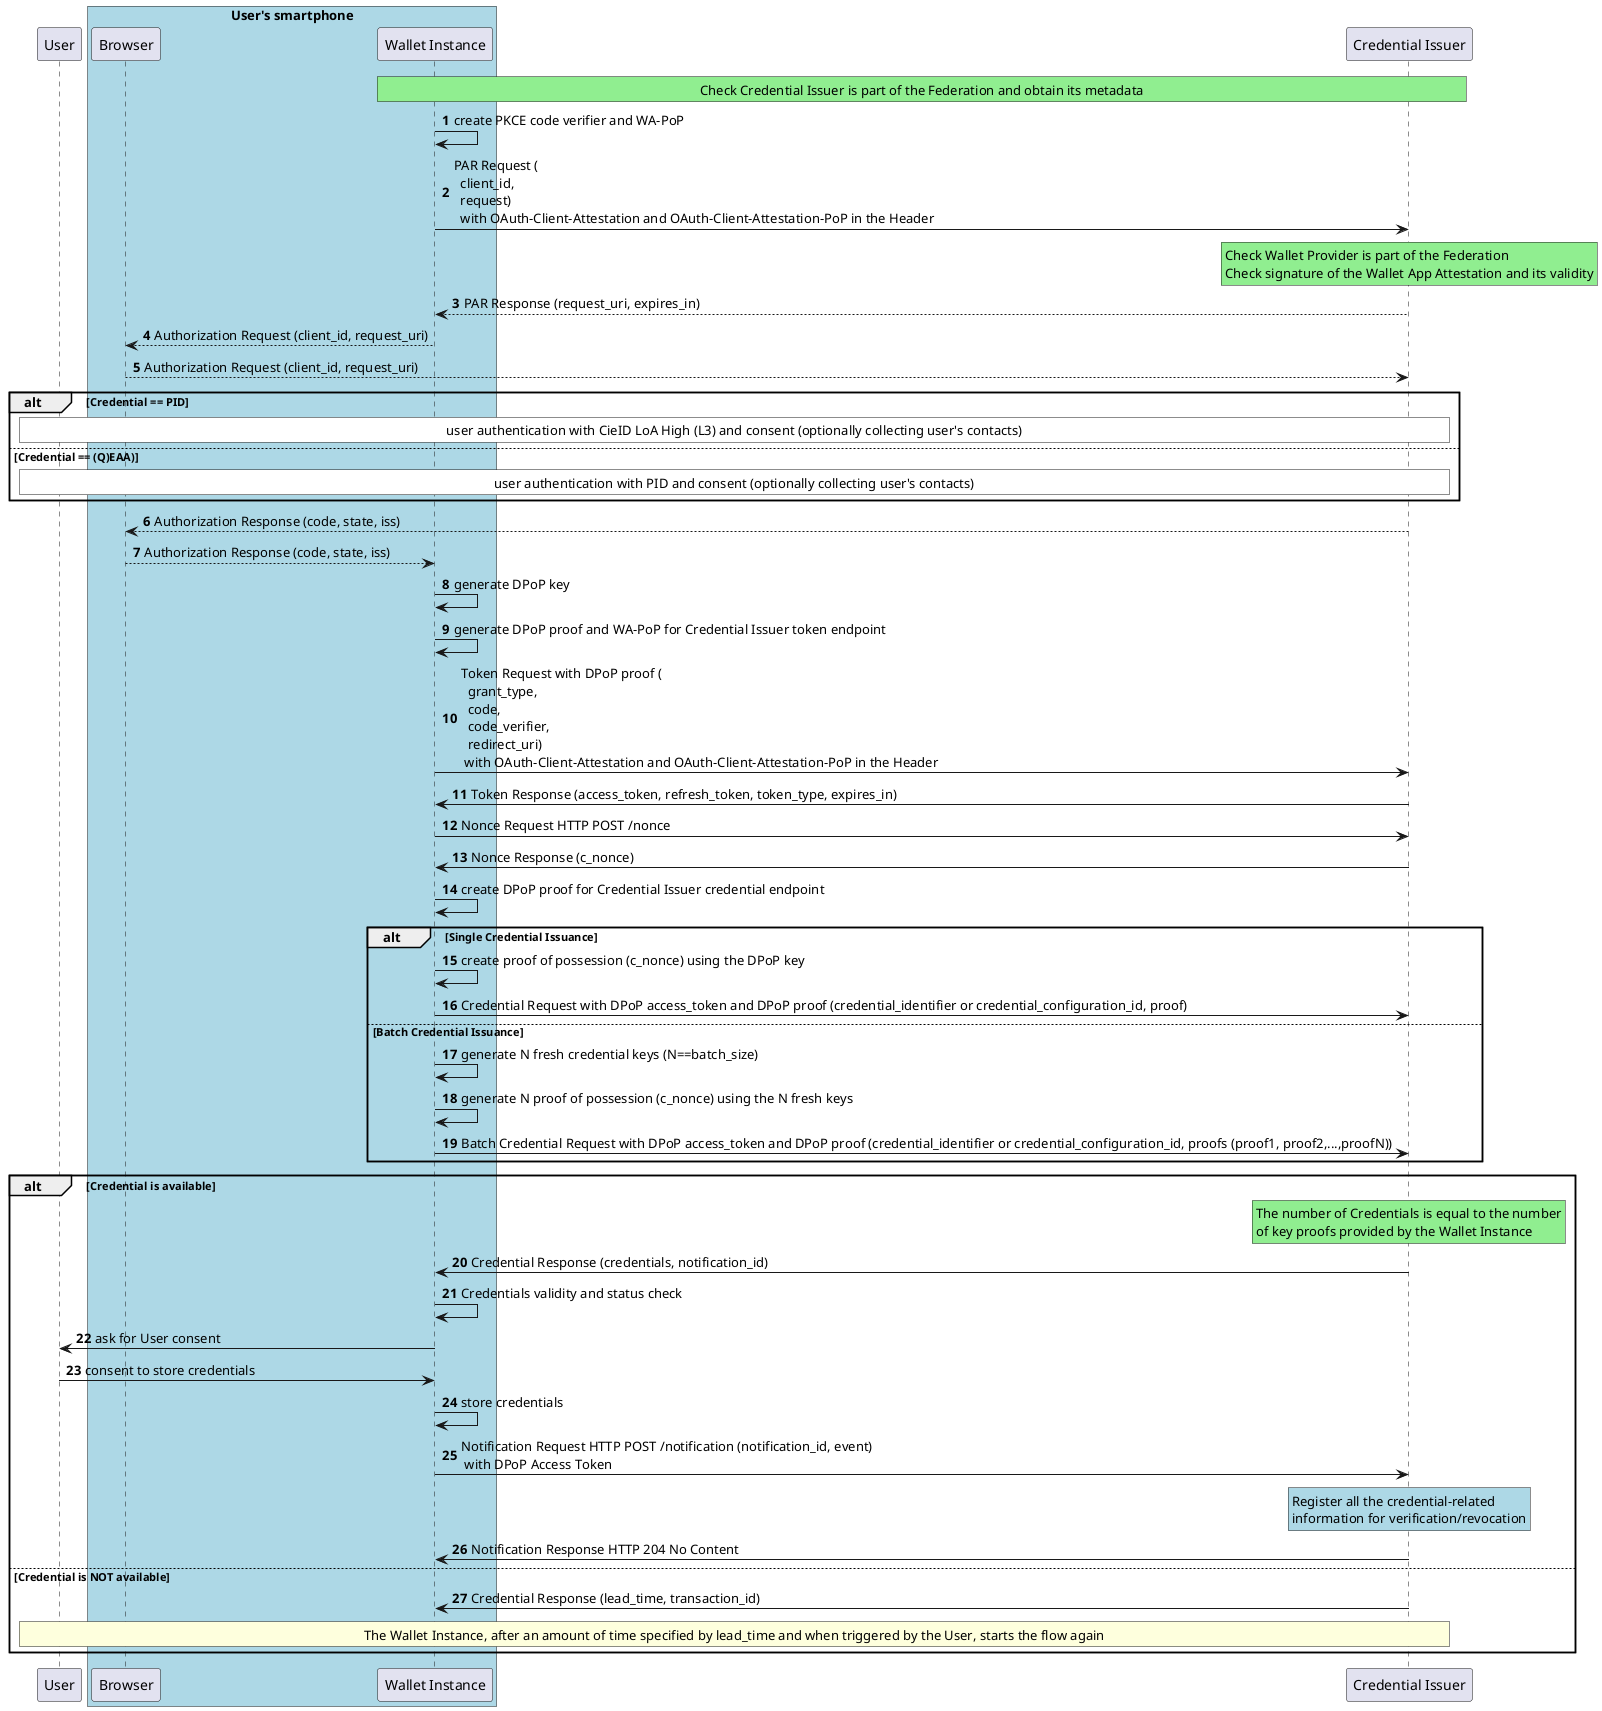
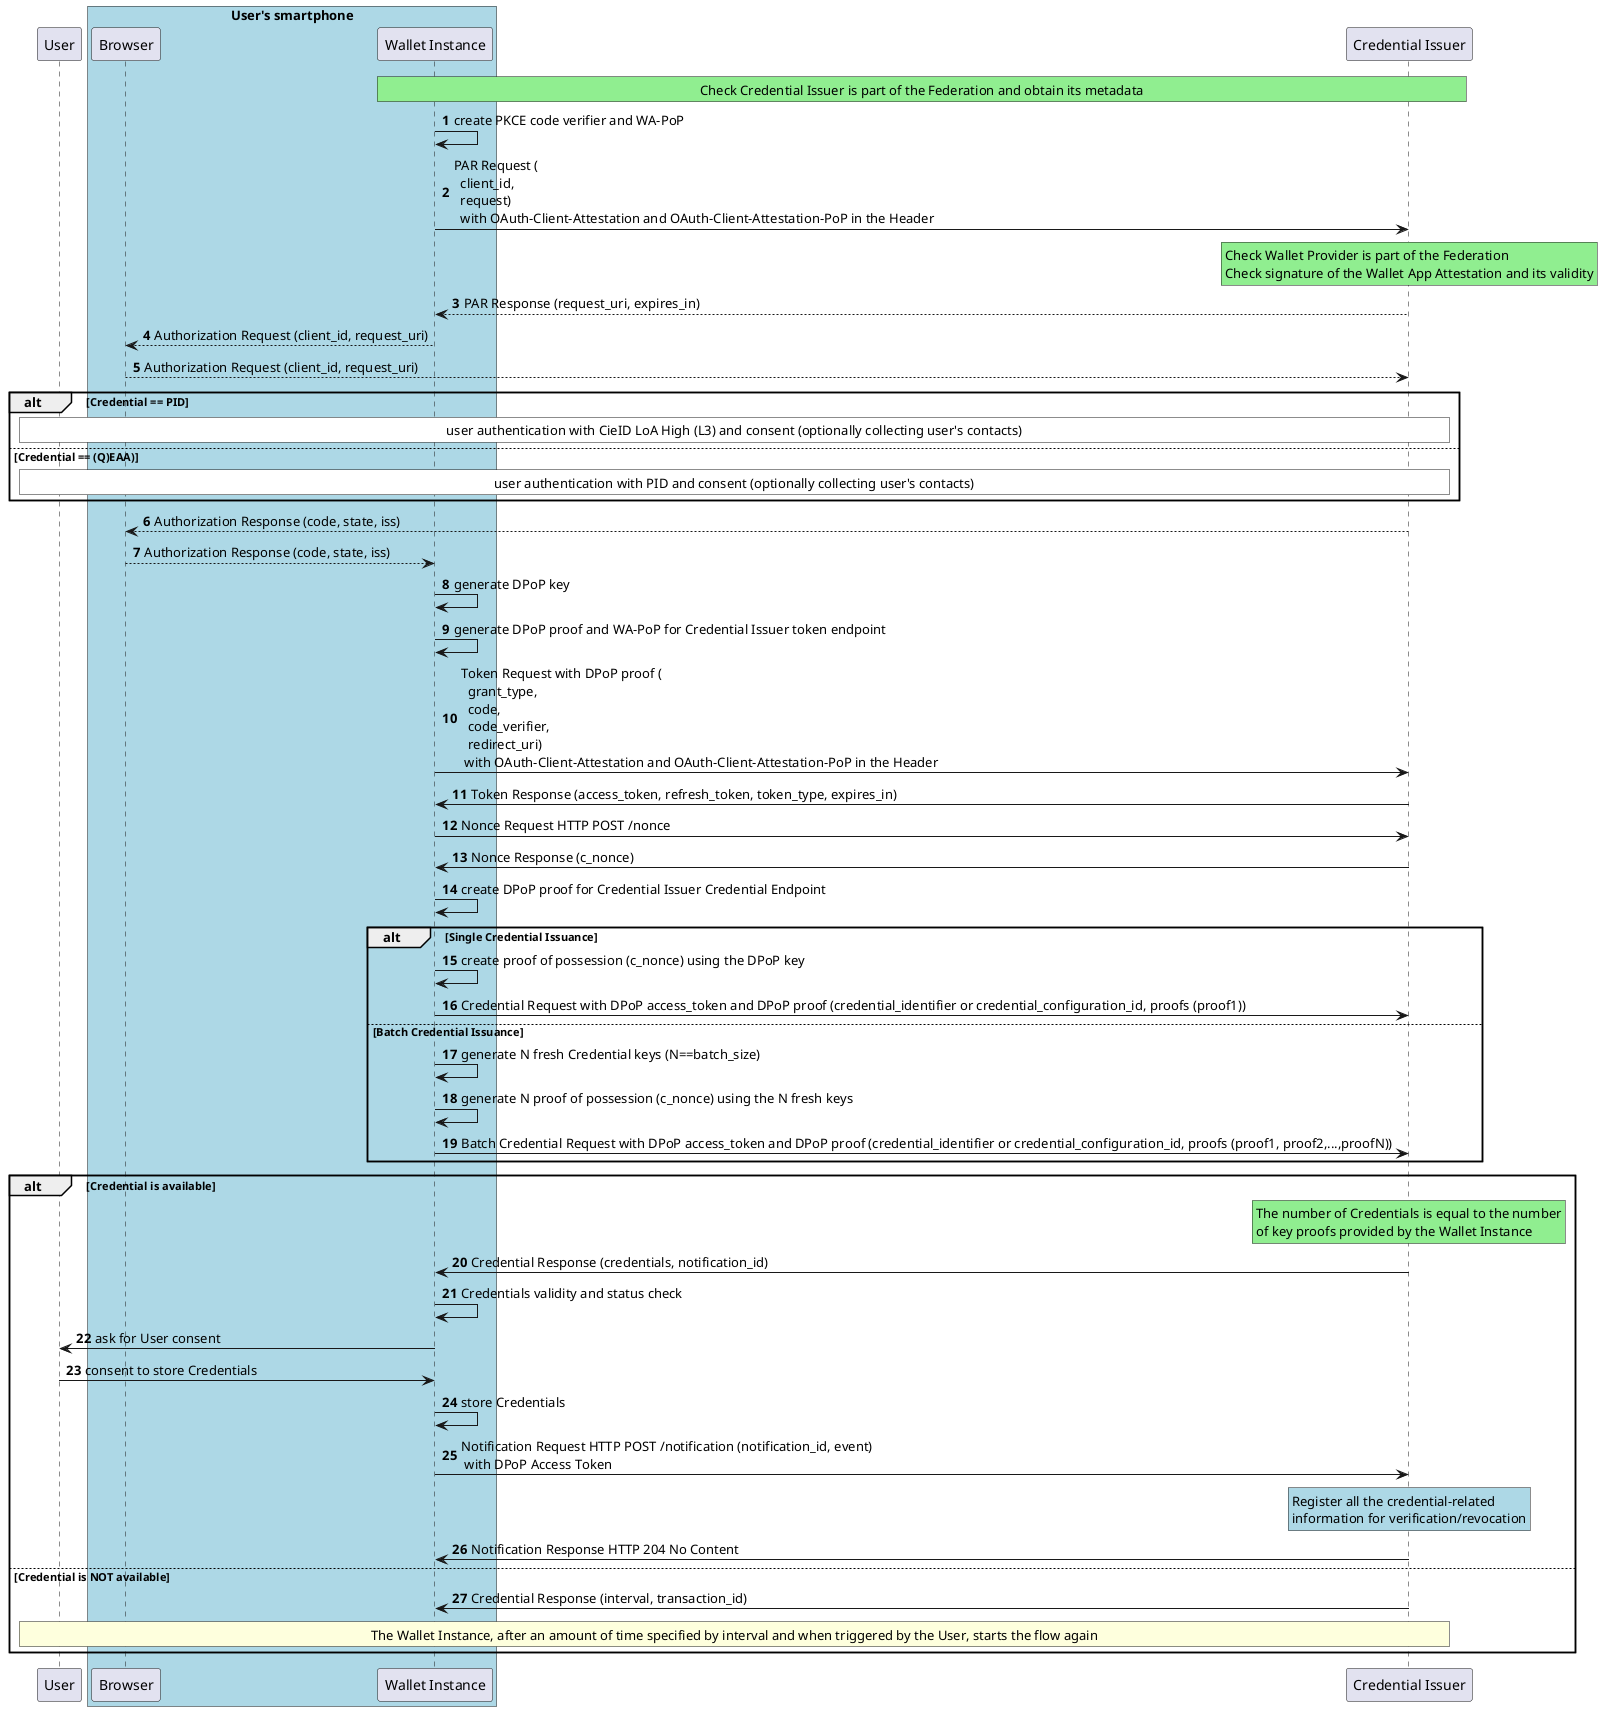
- @startuml Credential Issuance Low-Level Flow
+ @startuml
autonumber

participant "User" as u

box "User's smartphone" #LightBlue
participant "Browser" as ua
participant "Wallet Instance" as w
end box

participant "Credential Issuer" as i



rnote over w,i #LIGHTGREEN
Check Credential Issuer is part of the Federation and obtain its metadata
endrnote


w -> w : create PKCE code verifier and WA-PoP

w -> i : PAR Request (\n  client_id,\n  request) \n  with OAuth-Client-Attestation and OAuth-Client-Attestation-PoP in the Header
rnote over i #LIGHTGREEN
Check Wallet Provider is part of the Federation
Check signature of the Wallet App Attestation and its validity
endrnote


i --> w : PAR Response (request_uri, expires_in)


w --> ua: Authorization Request (client_id, request_uri)
ua --> i: Authorization Request (client_id, request_uri)

alt Credential == PID
rnote over i,u #WHITE
user authentication with CieID LoA High (L3) and consent (optionally collecting user's contacts)
endrnote
else Credential == (Q)EAA)
rnote over i,u #WHITE
user authentication with PID and consent (optionally collecting user's contacts)
endrnote
end

i --> ua : Authorization Response (code, state, iss)
ua --> w : Authorization Response (code, state, iss)

w -> w : generate DPoP key

w -> w : generate DPoP proof and WA-PoP for Credential Issuer token endpoint


w -> i : Token Request with DPoP proof (\n  grant_type,\n  code,\n  code_verifier,\n  redirect_uri) \n with OAuth-Client-Attestation and OAuth-Client-Attestation-PoP in the Header

i -> w : Token Response (access_token, refresh_token, token_type, expires_in)

w -> i : Nonce Request HTTP POST /nonce

i -> w : Nonce Response (c_nonce)


- w  -> w : create DPoP proof for Credential Issuer credential endpoint
+ w  -> w : create DPoP proof for Credential Issuer Credential Endpoint

alt Single Credential Issuance

  w -> w : create proof of possession (c_nonce) using the DPoP key
-   w -> i : Credential Request with DPoP access_token and DPoP proof (credential_identifier or credential_configuration_id, proof)
+   w -> i : Credential Request with DPoP access_token and DPoP proof (credential_identifier or credential_configuration_id, proofs (proof1))

else Batch Credential Issuance

-   w -> w : generate N fresh credential keys (N==batch_size)
+   w -> w : generate N fresh Credential keys (N==batch_size)
  w -> w : generate N proof of possession (c_nonce) using the N fresh keys
  w -> i : Batch Credential Request with DPoP access_token and DPoP proof (credential_identifier or credential_configuration_id, proofs (proof1, proof2,...,proofN))

end
- 

alt Credential is available

rnote over i #LIGHTGREEN
The number of Credentials is equal to the number
of key proofs provided by the Wallet Instance
endrnote

i -> w : Credential Response (credentials, notification_id)

w -> w : Credentials validity and status check

w -> u : ask for User consent
- u -> w : consent to store credentials
+ u -> w : consent to store Credentials

- w -> w : store credentials
+ w -> w : store Credentials

w -> i : Notification Request HTTP POST /notification (notification_id, event) \n with DPoP Access Token

rnote over i #LIGHTBLUE
Register all the credential-related
information for verification/revocation
endrnote

i -> w : Notification Response HTTP 204 No Content

else Credential is NOT available
- i -> w : Credential Response (lead_time, transaction_id)
+ i -> w : Credential Response (interval, transaction_id)
rnote over u,i
- The Wallet Instance, after an amount of time specified by lead_time and when triggered by the User, starts the flow again
+ The Wallet Instance, after an amount of time specified by interval and when triggered by the User, starts the flow again
endrnote
end
@enduml